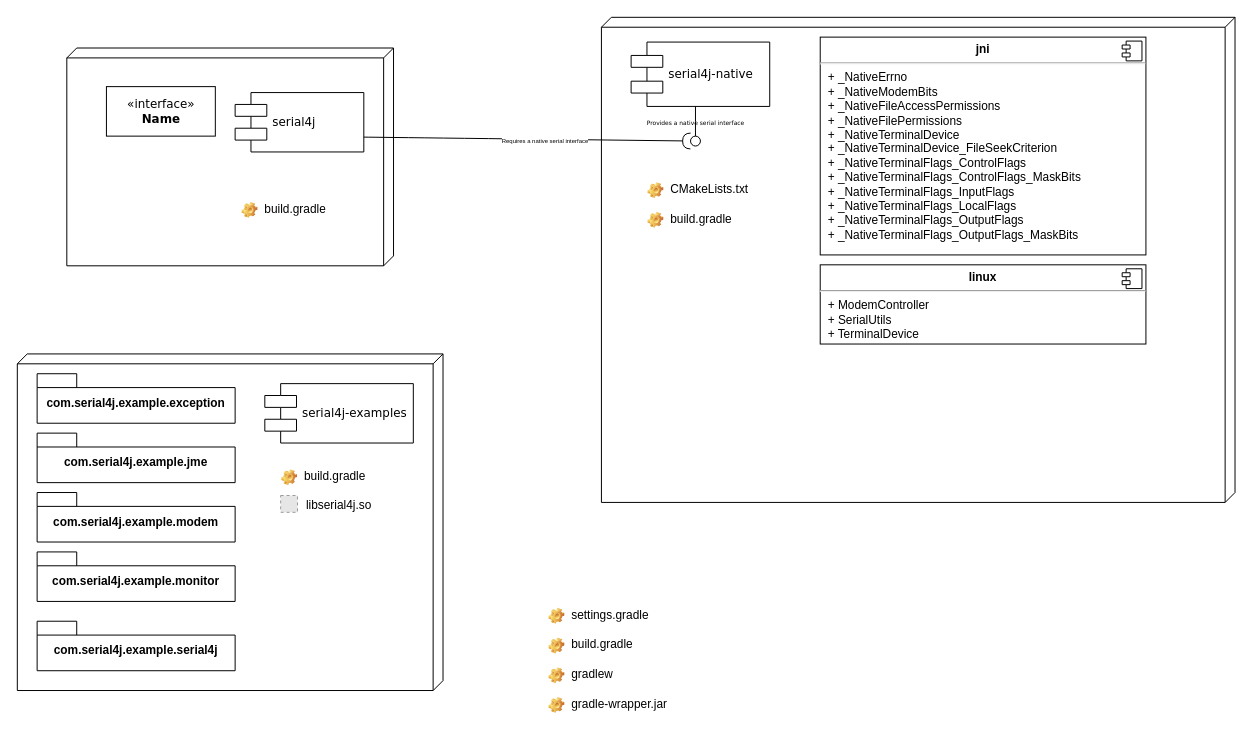
The draw.io diagram .repo-resources/abstraction-layer/byte-flow-architecture.drawio in Electrostat-Lab/Serial4j, before the edit. Source tidied: cells renumbered, new cells numbered last; positions are measured from the earlier drawing's top-left corner, leaving out a move shared by most shapes. Both pictures are drawn from the tidied source at 99%, with x=0, y=0 at pixel (17, 17). Pictures stored in the file or linked from it are replaced by grey dashed boxes.
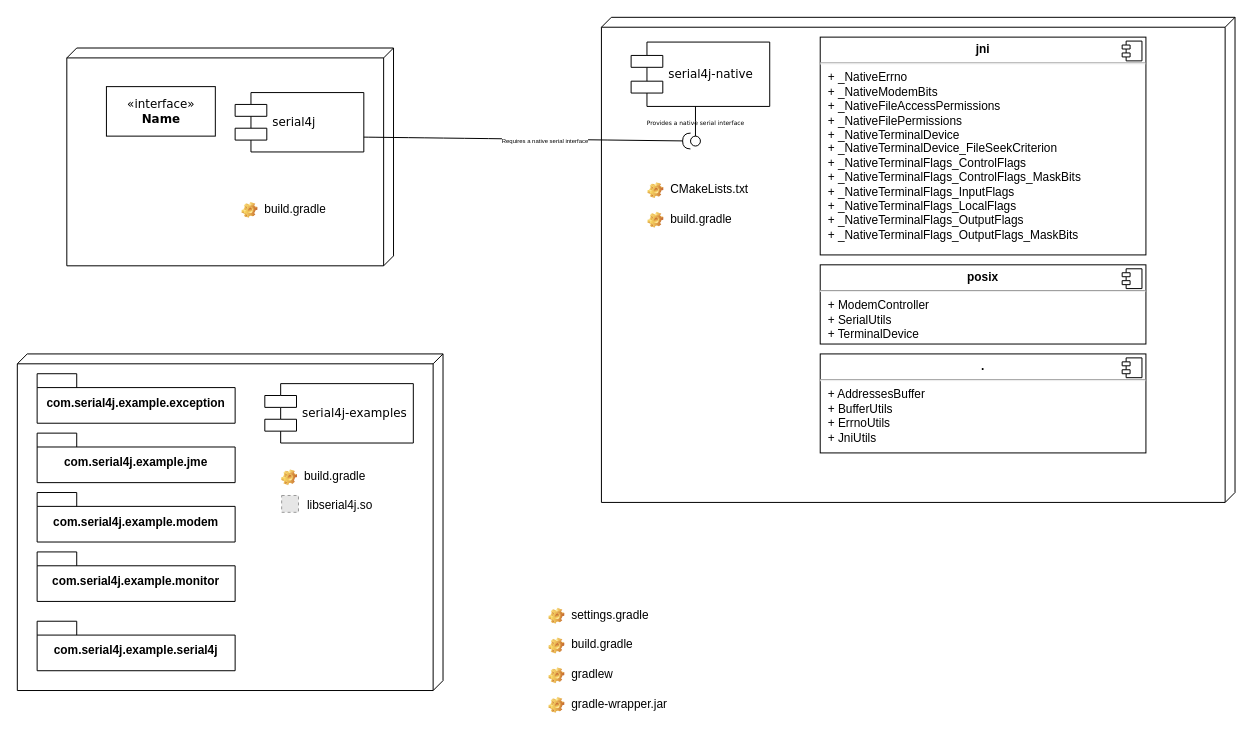
The same diagram, later.

Commit message:
byte-flow-architecture: finished native serial interface

What changed in the source:
```diff
@@
-    <mxCell id="18" value="&lt;p style=&quot;margin:0px;margin-top:6px;text-align:center;&quot;&gt;&lt;b&gt;linux&lt;/b&gt;&lt;/p&gt;&lt;hr&gt;&lt;p style=&quot;margin:0px;margin-left:8px;&quot;&gt;+ ModemController&lt;br&gt;+ SerialUtils&lt;/p&gt;&lt;p style=&quot;margin:0px;margin-left:8px;&quot;&gt;+ TerminalDevice&lt;/p&gt;" style="align=left;overflow=fill;html=1;whiteSpace=wrap;" parent="1" vertex="1">
+    <mxCell id="18" value="&lt;p style=&quot;margin:0px;margin-top:6px;text-align:center;&quot;&gt;&lt;b&gt;posix&lt;/b&gt;&lt;/p&gt;&lt;hr&gt;&lt;p style=&quot;margin:0px;margin-left:8px;&quot;&gt;+ ModemController&lt;br&gt;+ SerialUtils&lt;/p&gt;&lt;p style=&quot;margin:0px;margin-left:8px;&quot;&gt;+ TerminalDevice&lt;/p&gt;" style="align=left;overflow=fill;html=1;whiteSpace=wrap;" parent="1" vertex="1">
       <mxGeometry x="811" y="250" width="329" height="80" as="geometry" />
     </mxCell>
@@
     <mxCell id="27" style="fillColor=#E6E6E6;strokeColor=#999999;dashed=1;verticalLabelPosition=bottom;labelBackgroundColor=default;verticalAlign=top;" parent="1" vertex="1">
-      <mxGeometry x="266" y="483" width="17" height="17" as="geometry" />
+      <mxGeometry x="267" y="483" width="17" height="17" as="geometry" />
     </mxCell>
     <mxCell id="28" value="libserial4j.so" style="rounded=0;whiteSpace=wrap;html=1;align=left;labelBorderColor=none;fillColor=none;strokeColor=none;" parent="1" vertex="1">
-      <mxGeometry x="290" y="483" width="114" height="20" as="geometry" />
+      <mxGeometry x="291" y="483" width="114" height="20" as="geometry" />
     </mxCell>
@@
+    <mxCell id="33" value="&lt;p style=&quot;margin:0px;margin-top:6px;text-align:center;&quot;&gt;&lt;b&gt;.&lt;/b&gt;&lt;/p&gt;&lt;hr&gt;&lt;p style=&quot;margin:0px;margin-left:8px;&quot;&gt;+ AddressesBuffer&lt;/p&gt;&lt;p style=&quot;margin:0px;margin-left:8px;&quot;&gt;+ BufferUtils&lt;/p&gt;&lt;p style=&quot;margin:0px;margin-left:8px;&quot;&gt;+ ErrnoUtils&lt;/p&gt;&lt;p style=&quot;margin:0px;margin-left:8px;&quot;&gt;+ JniUtils&lt;/p&gt;" style="align=left;overflow=fill;html=1;whiteSpace=wrap;" parent="1" vertex="1">
+      <mxGeometry x="811" y="340" width="329" height="100" as="geometry" />
+    </mxCell>
+    <mxCell id="34" style="shape=component;jettyWidth=8;jettyHeight=4;" parent="33" vertex="1">
+      <mxGeometry x="1" width="20" height="20" relative="1" as="geometry">
+        <mxPoint x="-24" y="4" as="offset" />
+      </mxGeometry>
+    </mxCell>
```
